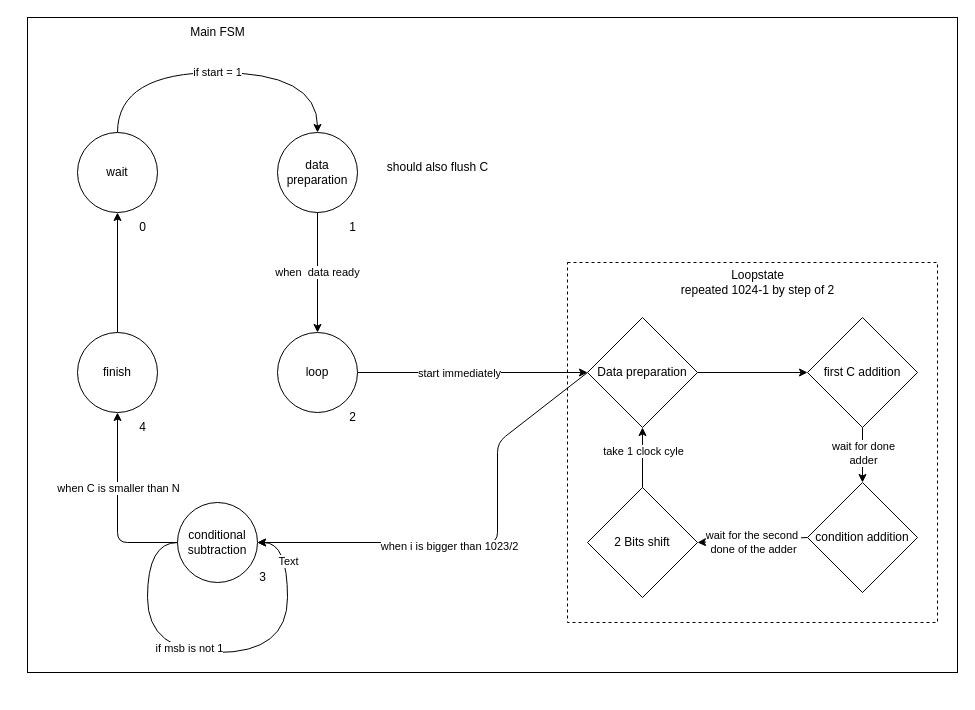
Before: fsm.drawio in Tfloow/Montgomery, a draw.io diagram. Source tidied: cells renumbered, new cells numbered last; positions are measured from the earlier drawing's top-left corner, leaving out a move shared by most shapes. Both pictures are drawn from the tidied source at 100%, with x=0, y=0 at pixel (27, 17).
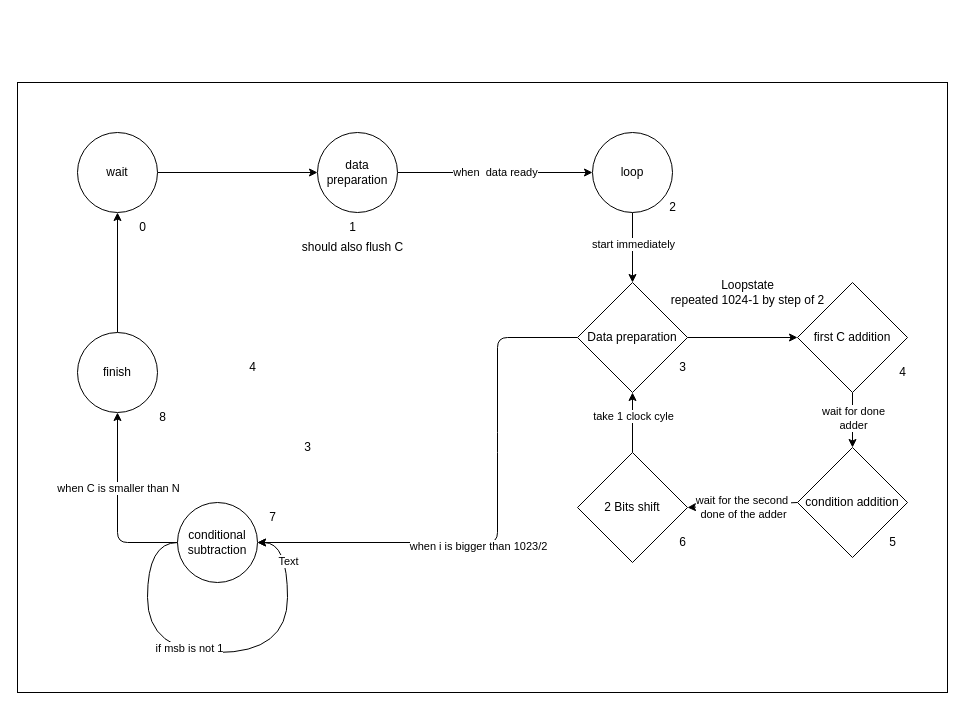
After the change.

Commit message (it also covers changes not shown here):
new FSM drawing

Unchanged cells that the change refers to:
```xml
<mxCell id="5" value="wait" style="ellipse;whiteSpace=wrap;html=1;" parent="1" vertex="1">
  <mxGeometry x="50" y="115" width="80" height="80" as="geometry" />
</mxCell>
<mxCell id="16" value="conditional subtraction" style="ellipse;whiteSpace=wrap;html=1;" parent="1" vertex="1">
  <mxGeometry x="150" y="485" width="80" height="80" as="geometry" />
</mxCell>
```

The edit, as a diff of the source:
```diff
@@
     <mxCell id="2" style="whiteSpace=wrap;html=1;" parent="1" vertex="1">
-      <mxGeometry width="930" height="655" as="geometry" />
+      <mxGeometry x="-10" y="65" width="930" height="610" as="geometry" />
     </mxCell>
-    <mxCell id="3" style="whiteSpace=wrap;html=1;dashed=1;" parent="1" vertex="1">
-      <mxGeometry x="540" y="245" width="370" height="360" as="geometry" />
-    </mxCell>
-    <mxCell id="4" value="if start = 1" style="edgeStyle=orthogonalEdgeStyle;html=1;entryX=0.5;entryY=0;entryDx=0;entryDy=0;curved=1;" parent="1" edge="1" source="5" target="7">
-      <mxGeometry relative="1" as="geometry">
-        <Array as="points">
-          <mxPoint x="90" y="55" />
-          <mxPoint x="290" y="55" />
-        </Array>
-      </mxGeometry>
+    <mxCell id="4" style="edgeStyle=none;html=1;entryX=0;entryY=0.5;entryDx=0;entryDy=0;" parent="1" edge="1" source="5" target="7">
+      <mxGeometry relative="1" as="geometry" />
     </mxCell>
@@
-    <mxCell id="6" value="when&amp;nbsp; data ready" style="edgeStyle=none;html=1;entryX=0.5;entryY=0;entryDx=0;entryDy=0;" parent="1" edge="1" source="7" target="10">
+    <mxCell id="6" value="when&amp;nbsp; data ready" style="edgeStyle=none;html=1;entryX=0;entryY=0.5;entryDx=0;entryDy=0;" parent="1" edge="1" source="7" target="10">
       <mxGeometry relative="1" as="geometry" />
     </mxCell>
     <mxCell id="7" value="data preparation" style="ellipse;whiteSpace=wrap;html=1;" parent="1" vertex="1">
-      <mxGeometry x="250" y="115" width="80" height="80" as="geometry" />
+      <mxGeometry x="290" y="115" width="80" height="80" as="geometry" />
     </mxCell>
-    <mxCell id="8" style="edgeStyle=none;html=1;entryX=0;entryY=0.5;entryDx=0;entryDy=0;" parent="1" edge="1" source="10" target="39">
+    <mxCell id="8" style="edgeStyle=none;html=1;entryX=0.5;entryY=0;entryDx=0;entryDy=0;" parent="1" edge="1" source="10" target="39">
       <mxGeometry relative="1" as="geometry" />
     </mxCell>
@@
     <mxCell id="10" value="loop" style="ellipse;whiteSpace=wrap;html=1;" parent="1" vertex="1">
-      <mxGeometry x="250" y="315" width="80" height="80" as="geometry" />
+      <mxGeometry x="565" y="115" width="80" height="80" as="geometry" />
     </mxCell>
@@
-    <mxCell id="19" value="Main FSM" style="text;html=1;align=center;verticalAlign=middle;strokeColor=none;fillColor=none;" parent="1" vertex="1">
-      <mxGeometry x="150" width="80" height="30" as="geometry" />
-    </mxCell>
@@
     <mxCell id="22" style="edgeStyle=none;html=1;entryX=1;entryY=0.5;entryDx=0;entryDy=0;exitX=0;exitY=0.5;exitDx=0;exitDy=0;" parent="1" edge="1" source="39" target="16">
       <mxGeometry relative="1" as="geometry">
         <Array as="points">
+          <mxPoint x="470" y="320" />
           <mxPoint x="470" y="425" />
           <mxPoint x="470" y="525" />
         </Array>
       </mxGeometry>
     </mxCell>
@@
     <mxCell id="24" value="first C addition" style="rhombus;whiteSpace=wrap;html=1;" parent="1" vertex="1">
-      <mxGeometry x="780" y="300" width="110" height="110" as="geometry" />
+      <mxGeometry x="770" y="265" width="110" height="110" as="geometry" />
     </mxCell>
@@
     <mxCell id="27" value="condition addition" style="rhombus;whiteSpace=wrap;html=1;" parent="1" vertex="1">
-      <mxGeometry x="780" y="465" width="110" height="110" as="geometry" />
+      <mxGeometry x="770" y="430" width="110" height="110" as="geometry" />
     </mxCell>
@@
     <mxCell id="30" value="2 Bits shift" style="rhombus;whiteSpace=wrap;html=1;" parent="1" vertex="1">
-      <mxGeometry x="560" y="470" width="110" height="110" as="geometry" />
+      <mxGeometry x="550" y="435" width="110" height="110" as="geometry" />
     </mxCell>
     <mxCell id="31" value="Loopstate&lt;br&gt;repeated 1024-1 by step of 2" style="text;html=1;align=center;verticalAlign=middle;strokeColor=none;fillColor=none;" parent="1" vertex="1">
-      <mxGeometry x="640" y="245" width="180" height="40" as="geometry" />
+      <mxGeometry x="630" y="255" width="180" height="40" as="geometry" />
     </mxCell>
     <mxCell id="32" value="&lt;div style=&quot;text-align: justify;&quot;&gt;&lt;span style=&quot;background-color: initial;&quot;&gt;should also flush C&lt;/span&gt;&lt;/div&gt;" style="text;html=1;align=center;verticalAlign=middle;strokeColor=none;fillColor=none;" parent="1" vertex="1">
-      <mxGeometry x="350" y="135" width="120" height="30" as="geometry" />
+      <mxGeometry x="265" y="215" width="120" height="30" as="geometry" />
     </mxCell>
@@
     <mxCell id="35" value="2" style="text;html=1;align=center;verticalAlign=middle;strokeColor=none;fillColor=none;" parent="1" vertex="1">
-      <mxGeometry x="310" y="385" width="30" height="30" as="geometry" />
+      <mxGeometry x="630" y="175" width="30" height="30" as="geometry" />
     </mxCell>
     <mxCell id="36" value="3" style="text;html=1;align=center;verticalAlign=middle;strokeColor=none;fillColor=none;" parent="1" vertex="1">
-      <mxGeometry x="220" y="545" width="30" height="30" as="geometry" />
+      <mxGeometry x="265" y="415" width="30" height="30" as="geometry" />
     </mxCell>
     <mxCell id="37" value="4" style="text;html=1;align=center;verticalAlign=middle;strokeColor=none;fillColor=none;" parent="1" vertex="1">
-      <mxGeometry x="100" y="395" width="30" height="30" as="geometry" />
+      <mxGeometry x="210" y="335" width="30" height="30" as="geometry" />
     </mxCell>
@@
     <mxCell id="39" value="Data preparation" style="rhombus;whiteSpace=wrap;html=1;" parent="1" vertex="1">
-      <mxGeometry x="560" y="300" width="110" height="110" as="geometry" />
+      <mxGeometry x="550" y="265" width="110" height="110" as="geometry" />
     </mxCell>
+    <mxCell id="40" value="3" style="text;html=1;align=center;verticalAlign=middle;strokeColor=none;fillColor=none;" parent="1" vertex="1">
+      <mxGeometry x="640" y="335" width="30" height="30" as="geometry" />
+    </mxCell>
+    <mxCell id="41" value="4" style="text;html=1;align=center;verticalAlign=middle;strokeColor=none;fillColor=none;" parent="1" vertex="1">
+      <mxGeometry x="860" y="340" width="30" height="30" as="geometry" />
+    </mxCell>
+    <mxCell id="42" value="5" style="text;html=1;align=center;verticalAlign=middle;strokeColor=none;fillColor=none;" parent="1" vertex="1">
+      <mxGeometry x="850" y="510" width="30" height="30" as="geometry" />
+    </mxCell>
+    <mxCell id="43" value="6" style="text;html=1;align=center;verticalAlign=middle;strokeColor=none;fillColor=none;" parent="1" vertex="1">
+      <mxGeometry x="640" y="510" width="30" height="30" as="geometry" />
+    </mxCell>
+    <mxCell id="44" value="7" style="text;html=1;align=center;verticalAlign=middle;strokeColor=none;fillColor=none;" parent="1" vertex="1">
+      <mxGeometry x="230" y="485" width="30" height="30" as="geometry" />
+    </mxCell>
+    <mxCell id="45" value="8" style="text;html=1;align=center;verticalAlign=middle;strokeColor=none;fillColor=none;" parent="1" vertex="1">
+      <mxGeometry x="120" y="385" width="30" height="30" as="geometry" />
+    </mxCell>
```
